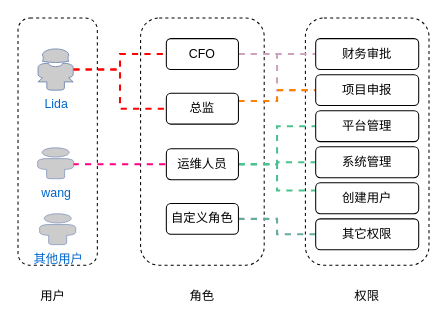
Earlier version of the draw.io diagram draw.io/xml/用户角色权限.drawio (LiuLarry/Learn). Source tidied: cells renumbered, new cells numbered last; positions are measured from the earlier drawing's top-left corner, leaving out a move shared by most shapes. Both pictures are drawn from the tidied source at 103%, with x=0, y=0 at pixel (18, 18).
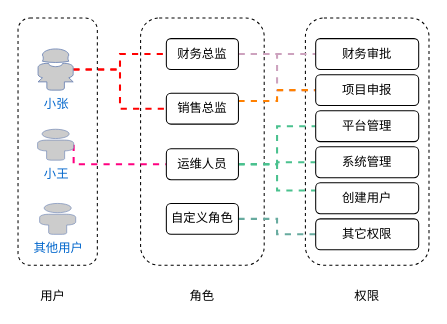
The same diagram, later.

Commit message:
更新用户角色权限.drawio

Diff of the diagram source:
```diff
@@
-    <mxCell id="7" value="Lida&lt;br&gt;" style="fontColor=#0066CC;verticalAlign=top;verticalLabelPosition=bottom;labelPosition=center;align=center;html=1;outlineConnect=0;fillColor=#CCCCCC;strokeColor=#6881B3;gradientColor=none;gradientDirection=north;strokeWidth=2;shape=mxgraph.networks.user_female;" parent="1" vertex="1">
+    <mxCell id="7" value="小张&lt;br&gt;" style="fontColor=#0066CC;verticalAlign=top;verticalLabelPosition=bottom;labelPosition=center;align=center;html=1;outlineConnect=0;fillColor=#CCCCCC;strokeColor=#6881B3;gradientColor=none;gradientDirection=north;strokeWidth=2;shape=mxgraph.networks.user_female;" parent="1" vertex="1">
       <mxGeometry x="19" y="30" width="35" height="40" as="geometry" />
     </mxCell>
@@
-    <mxCell id="9" value="wang" style="fontColor=#0066CC;verticalAlign=top;verticalLabelPosition=bottom;labelPosition=center;align=center;html=1;outlineConnect=0;fillColor=#CCCCCC;strokeColor=#6881B3;gradientColor=none;gradientDirection=north;strokeWidth=2;shape=mxgraph.networks.user_male;" parent="1" vertex="1">
-      <mxGeometry x="19" y="126" width="35" height="30" as="geometry" />
+    <mxCell id="9" value="小王" style="fontColor=#0066CC;verticalAlign=top;verticalLabelPosition=bottom;labelPosition=center;align=center;html=1;outlineConnect=0;fillColor=#CCCCCC;strokeColor=#6881B3;gradientColor=none;gradientDirection=north;strokeWidth=2;shape=mxgraph.networks.user_male;" parent="1" vertex="1">
+      <mxGeometry x="19" y="108" width="35" height="30" as="geometry" />
     </mxCell>
@@
-    <mxCell id="12" value="CFO" style="rounded=1;whiteSpace=wrap;html=1;" parent="1" vertex="1">
+    <mxCell id="12" value="财务总监" style="rounded=1;whiteSpace=wrap;html=1;" parent="1" vertex="1">
       <mxGeometry x="144" y="20" width="70" height="30" as="geometry" />
     </mxCell>
@@
-    <mxCell id="14" value="总监" style="rounded=1;whiteSpace=wrap;html=1;" parent="1" vertex="1">
+    <mxCell id="14" value="销售总监" style="rounded=1;whiteSpace=wrap;html=1;" parent="1" vertex="1">
       <mxGeometry x="144" y="73" width="70" height="30" as="geometry" />
     </mxCell>
@@
     <mxCell id="30" value="其他用户" style="fontColor=#0066CC;verticalAlign=top;verticalLabelPosition=bottom;labelPosition=center;align=center;html=1;fillColor=#CCCCCC;strokeColor=#6881B3;gradientColor=none;gradientDirection=north;strokeWidth=2;shape=mxgraph.networks.user_male;" parent="1" vertex="1">
-      <mxGeometry x="21" y="190" width="35" height="30" as="geometry" />
+      <mxGeometry x="21" y="180" width="35" height="30" as="geometry" />
     </mxCell>
```
